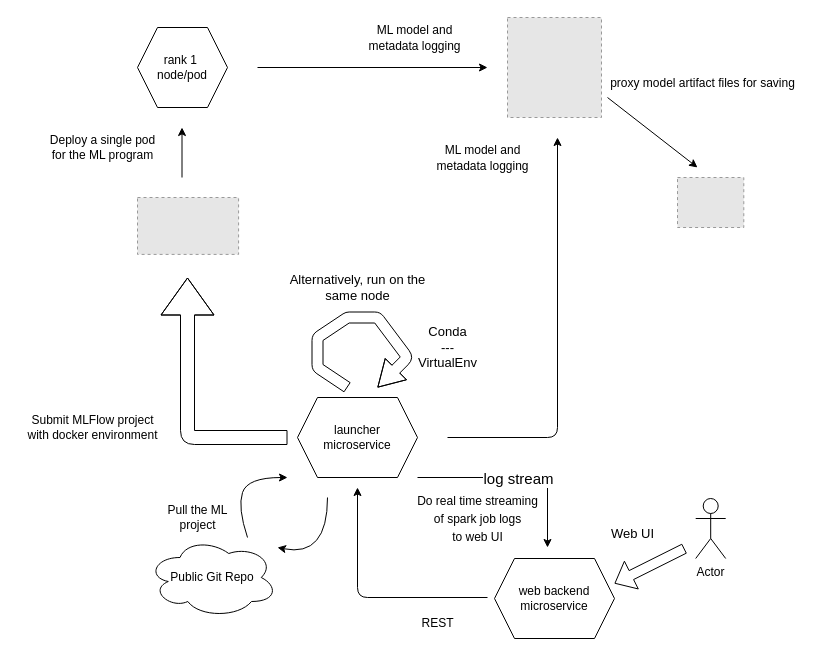
dolphinnG/MLOpsPipeline keeps this draw.io diagram as zchart-drawio/mlflow-single-node.drawio. Above is the earlier version. Source tidied: cells renumbered, new cells numbered last; positions are measured from the earlier drawing's top-left corner, leaving out a move shared by most shapes. Both pictures are drawn from the tidied source at 100%, with x=0, y=0 at pixel (17, 17). Pictures stored in the file or linked from it are replaced by grey dashed boxes.
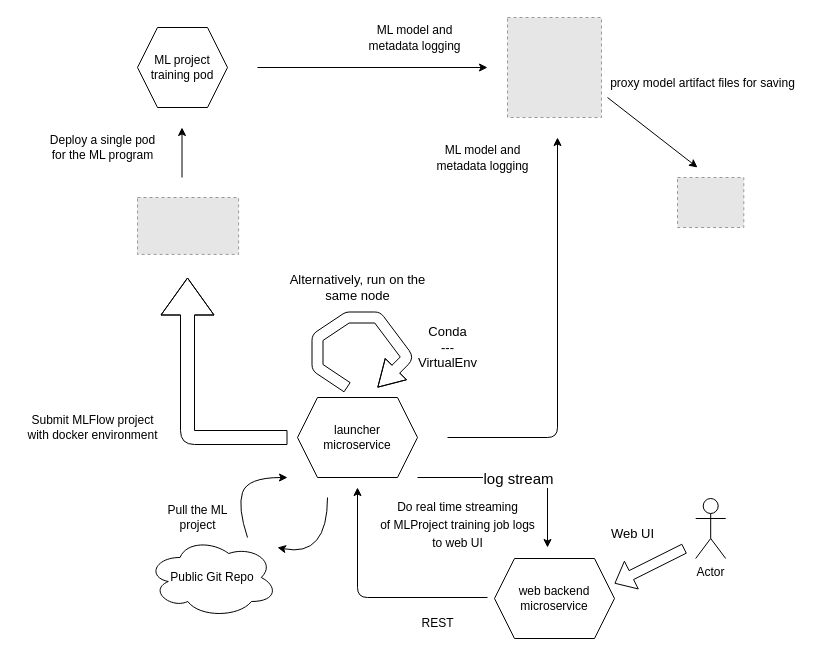
The same diagram, later.

Change to the diagram source:
```diff
@@
-    <mxCell id="16" value="rank 1&amp;nbsp;&lt;br&gt;node/pod" style="shape=hexagon;perimeter=hexagonPerimeter2;whiteSpace=wrap;html=1;fixedSize=1;" parent="1" vertex="1">
+    <mxCell id="16" value="ML project training pod" style="shape=hexagon;perimeter=hexagonPerimeter2;whiteSpace=wrap;html=1;fixedSize=1;" parent="1" vertex="1">
       <mxGeometry x="120" y="10" width="90" height="80" as="geometry" />
     </mxCell>
@@
-    <mxCell id="32" value="&lt;span style=&quot;font-size: 12px;&quot;&gt;Do real time streaming&lt;/span&gt;&lt;br style=&quot;font-size: 12px;&quot;&gt;&lt;span style=&quot;font-size: 12px;&quot;&gt;of spark job logs&lt;/span&gt;&lt;br style=&quot;font-size: 12px;&quot;&gt;&lt;span style=&quot;font-size: 12px;&quot;&gt;to web UI&lt;/span&gt;" style="text;html=1;align=center;verticalAlign=middle;strokeColor=none;fillColor=none;fontSize=15;" parent="1" vertex="1">
-      <mxGeometry x="390" y="465" width="140" height="70" as="geometry" />
+    <mxCell id="32" value="&lt;span style=&quot;font-size: 12px;&quot;&gt;Do real time streaming&lt;/span&gt;&lt;br style=&quot;font-size: 12px;&quot;&gt;&lt;span style=&quot;font-size: 12px;&quot;&gt;of MLProject training job logs&lt;/span&gt;&lt;br style=&quot;font-size: 12px;&quot;&gt;&lt;span style=&quot;font-size: 12px;&quot;&gt;to web UI&lt;/span&gt;" style="text;html=1;align=center;verticalAlign=middle;strokeColor=none;fillColor=none;fontSize=15;" parent="1" vertex="1">
+      <mxGeometry x="350" y="471" width="180" height="70" as="geometry" />
     </mxCell>
```
